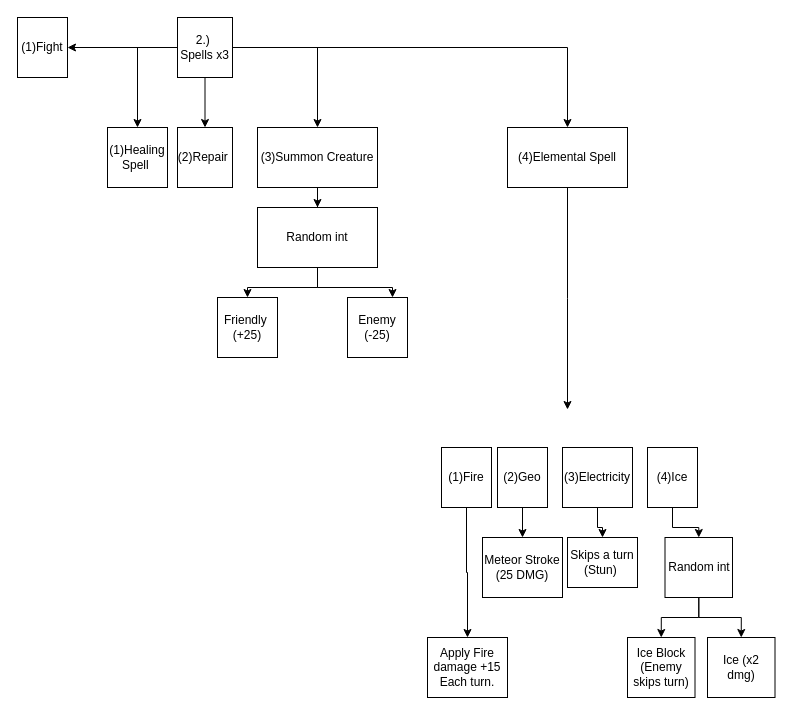
Above: diagrams/MagicSpells.drawio in wtvamp/DarkGame (draw.io), before the change. Source tidied: cells renumbered, new cells numbered last; positions are measured from the earlier drawing's top-left corner, leaving out a move shared by most shapes. Both pictures are drawn from the tidied source at 100%, with x=0, y=0 at pixel (17, 17).
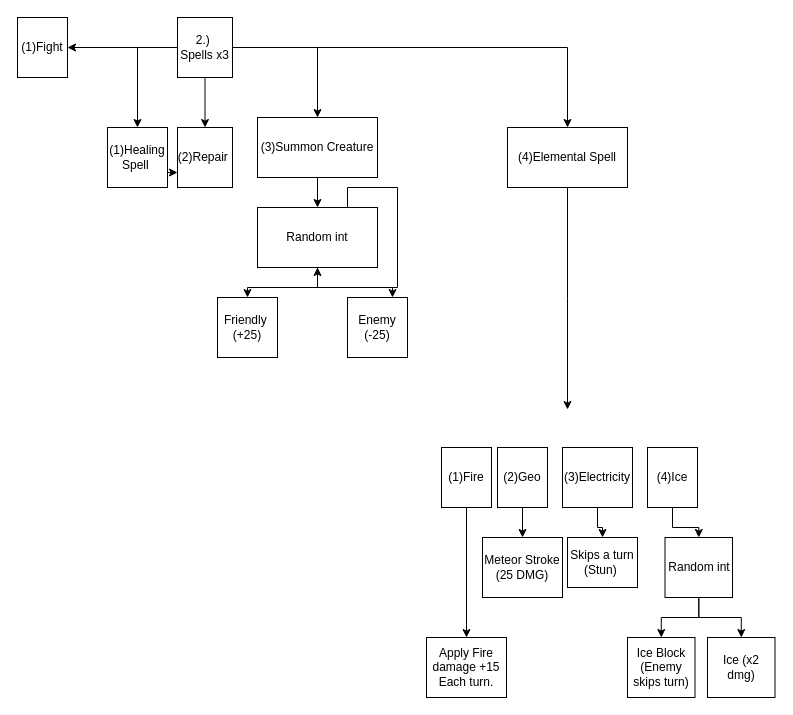
The same diagram, later.

Commit message (it also covers changes not shown here):
attempted magic spells

The change refers to these unchanged cells:
```xml
<mxCell id="8" value="(1)Healing Spell&amp;nbsp;" style="whiteSpace=wrap;html=1;" parent="1" vertex="1">
  <mxGeometry x="90" y="110" width="60" height="60" as="geometry" />
</mxCell>
<mxCell id="9" value="(2)Repair&amp;nbsp;" style="whiteSpace=wrap;html=1;" parent="1" vertex="1">
  <mxGeometry x="160" y="110" width="55" height="60" as="geometry" />
</mxCell>
<mxCell id="15" value="Random int&lt;br&gt;" style="whiteSpace=wrap;html=1;" parent="1" vertex="1">
  <mxGeometry x="240" y="190" width="120" height="60" as="geometry" />
</mxCell>
```

Change to the diagram source:
```diff
@@
+    <mxCell id="36" style="edgeStyle=orthogonalEdgeStyle;rounded=0;jettySize=auto;html=1;exitX=1;exitY=0.75;exitDx=0;exitDy=0;entryX=0;entryY=0.75;entryDx=0;entryDy=0;" parent="1" edge="1" source="8" target="9">
+      <mxGeometry relative="1" as="geometry" />
+    </mxCell>
@@
     <mxCell id="12" value="(3)Summon Creature" style="whiteSpace=wrap;html=1;" parent="1" vertex="1">
-      <mxGeometry x="240" y="110" width="120" height="60" as="geometry" />
+      <mxGeometry x="240" y="100" width="120" height="60" as="geometry" />
     </mxCell>
@@
     <mxCell id="35" value="Apply Fire damage +15 Each turn." style="whiteSpace=wrap;html=1;" parent="1" vertex="1">
-      <mxGeometry x="410" y="620" width="80" height="60" as="geometry" />
+      <mxGeometry x="409" y="620" width="80" height="60" as="geometry" />
     </mxCell>
+    <mxCell id="37" style="edgeStyle=orthogonalEdgeStyle;rounded=0;orthogonalLoop=1;jettySize=auto;html=1;exitX=0.75;exitY=0;exitDx=0;exitDy=0;" parent="1" edge="1" source="15" target="15">
+      <mxGeometry relative="1" as="geometry" />
+    </mxCell>
```
